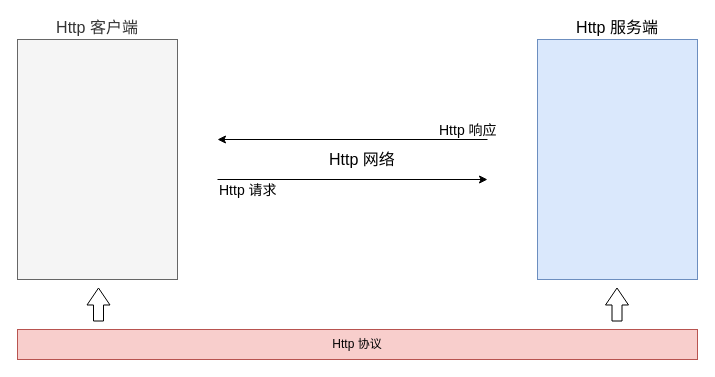
Before: Java Web.drawio in jiaoge/draw, a draw.io diagram. Source tidied: cells renumbered, new cells numbered last; positions are measured from the earlier drawing's top-left corner, leaving out a move shared by most shapes. Both pictures are drawn from the tidied source at 100%, with x=0, y=0 at pixel (17, 39).
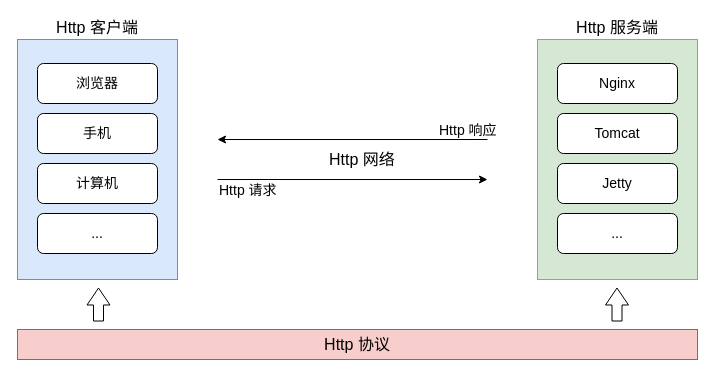
The same page after the edit.

The edit, as a diff of the source:
```diff
@@
-    <mxCell id="2" value="Http 协议" style="rounded=0;whiteSpace=wrap;html=1;fillColor=#f8cecc;strokeColor=#b85450;" parent="1" vertex="1">
+    <mxCell id="2" value="Http 协议" style="rounded=0;whiteSpace=wrap;html=1;fillColor=#f8cecc;strokeColor=#b85450;fontSize=16;" parent="1" vertex="1">
       <mxGeometry y="290" width="680" height="30" as="geometry" />
     </mxCell>
-    <mxCell id="3" value="Http 客户端" style="rounded=0;whiteSpace=wrap;html=1;fillColor=#f5f5f5;strokeColor=#666666;fontColor=#333333;labelPosition=center;verticalLabelPosition=top;align=center;verticalAlign=bottom;fontSize=16;" parent="1" vertex="1">
+    <mxCell id="3" value="Http 客户端" style="rounded=0;whiteSpace=wrap;html=1;fillColor=#dae8fc;strokeColor=#6c8ebf;labelPosition=center;verticalLabelPosition=top;align=center;verticalAlign=bottom;fontSize=16;" parent="1" vertex="1">
       <mxGeometry width="160" height="240" as="geometry" />
     </mxCell>
-    <mxCell id="4" value="Http 服务端" style="rounded=0;whiteSpace=wrap;html=1;fillColor=#dae8fc;strokeColor=#6c8ebf;labelPosition=center;verticalLabelPosition=top;align=center;verticalAlign=bottom;fontSize=16;" parent="1" vertex="1">
+    <mxCell id="4" value="Http 服务端" style="rounded=0;whiteSpace=wrap;html=1;fillColor=#d5e8d4;strokeColor=#82b366;labelPosition=center;verticalLabelPosition=top;align=center;verticalAlign=bottom;fontSize=16;" parent="1" vertex="1">
       <mxGeometry x="520" width="160" height="240" as="geometry" />
     </mxCell>
@@
+    <mxCell id="12" value="浏览器" style="rounded=1;whiteSpace=wrap;html=1;comic=0;fontSize=14;" parent="1" vertex="1">
+      <mxGeometry x="20" y="24" width="120" height="40" as="geometry" />
+    </mxCell>
+    <mxCell id="13" value="手机" style="rounded=1;whiteSpace=wrap;html=1;comic=0;fontSize=14;" parent="1" vertex="1">
+      <mxGeometry x="20" y="74" width="120" height="40" as="geometry" />
+    </mxCell>
+    <mxCell id="14" value="计算机" style="rounded=1;whiteSpace=wrap;html=1;comic=0;fontSize=14;" parent="1" vertex="1">
+      <mxGeometry x="20" y="124" width="120" height="40" as="geometry" />
+    </mxCell>
+    <mxCell id="15" value="..." style="rounded=1;whiteSpace=wrap;html=1;comic=0;fontSize=14;" parent="1" vertex="1">
+      <mxGeometry x="20" y="174" width="120" height="40" as="geometry" />
+    </mxCell>
+    <mxCell id="16" value="Nginx" style="rounded=1;whiteSpace=wrap;html=1;comic=0;fontSize=14;" parent="1" vertex="1">
+      <mxGeometry x="540" y="24" width="120" height="40" as="geometry" />
+    </mxCell>
+    <mxCell id="17" value="Tomcat" style="rounded=1;whiteSpace=wrap;html=1;comic=0;fontSize=14;" parent="1" vertex="1">
+      <mxGeometry x="540" y="74" width="120" height="40" as="geometry" />
+    </mxCell>
+    <mxCell id="18" value="Jetty" style="rounded=1;whiteSpace=wrap;html=1;comic=0;fontSize=14;" parent="1" vertex="1">
+      <mxGeometry x="540" y="124" width="120" height="40" as="geometry" />
+    </mxCell>
+    <mxCell id="19" value="..." style="rounded=1;whiteSpace=wrap;html=1;comic=0;fontSize=14;" parent="1" vertex="1">
+      <mxGeometry x="540" y="174" width="120" height="40" as="geometry" />
+    </mxCell>
```
